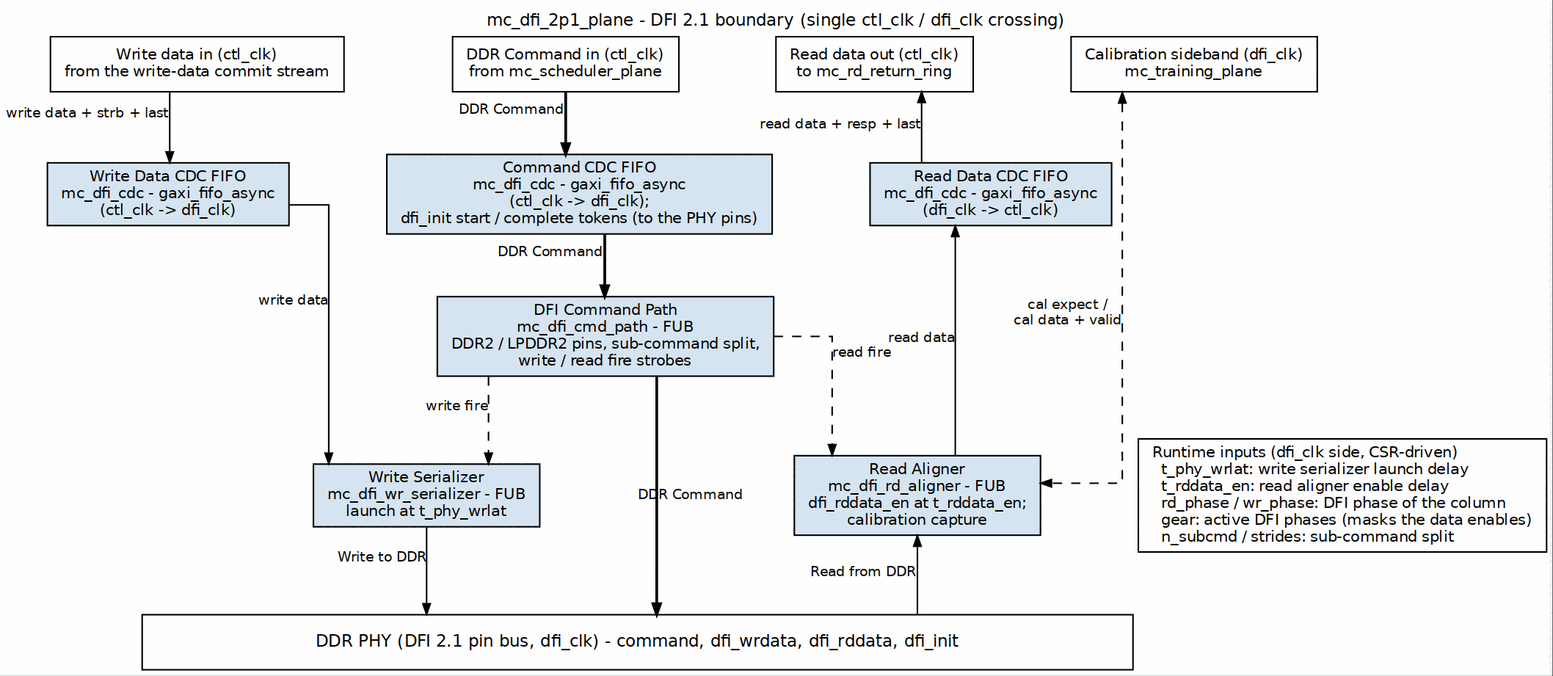
Earlier version of the Graphviz export projects/components/mem-ctrl-ip/common-ip/docs/common_mas/assets/graphviz/06_mc_dfi_2p1_plane.png (sean-galloway/RTLDesignSherpa). Its source is kept beside it as projects/components/mem-ctrl-ip/common-ip/docs/common_mas/assets/graphviz/06_mc_dfi_2p1_plane.dot. The source it was exported from:
```dot
digraph mc_dfi_2p1_plane {
    graph [rankdir=TB, bgcolor="white", fontname="Helvetica", fontsize=11,
           nodesep="0.45", ranksep="0.55", splines=ortho,
           label="mc_dfi_2p1_plane - DFI 2.1 boundary (single ctl_clk / dfi_clk crossing)", labelloc=t, labeljust=c];
    node  [fontname="Helvetica", fontsize=10, shape=box, style=filled,
           fillcolor="#D6E4F0", color="black", margin="0.12,0.06"];
    edge  [fontname="Helvetica", fontsize=9, color="black", arrowsize=0.7];

    p_wd  [label="Write data in (ctl_clk)\nfrom the write-data commit stream", fillcolor="white"];
    p_cmd [label="DDR Command in (ctl_clk)\nfrom mc_scheduler_plane", fillcolor="white"];
    p_rd  [label="Read data out (ctl_clk)\nto mc_rd_return_ring", fillcolor="white"];
    legend [label="Runtime inputs (dfi_clk side, CSR-driven)\l  t_phy_wrlat: write serializer launch delay\l  t_rddata_en: read aligner enable delay\l  rd_phase / wr_phase: DFI phase of the column\l  gear: active DFI phases (masks the data enables)\l  n_subcmd / strides: sub-command split\l", fillcolor="white"];

    cdc_wd  [label="Write Data CDC FIFO\nmc_dfi_cdc - gaxi_fifo_async\n(ctl_clk -> dfi_clk)"];
    cdc_cmd [label="Command CDC FIFO\nmc_dfi_cdc - gaxi_fifo_async\n(ctl_clk -> dfi_clk);\ndfi_init start / complete tokens (to the PHY pins)"];
    cdc_rd  [label="Read Data CDC FIFO\nmc_dfi_cdc - gaxi_fifo_async\n(dfi_clk -> ctl_clk)"];

    cmd_path [label="DFI Command Path\nmc_dfi_cmd_path - FUB\nDDR2 / LPDDR2 pins, sub-command split,\nwrite / read fire strobes"];
    wr_ser   [label="Write Serializer\nmc_dfi_wr_serializer - FUB\nlaunch at t_phy_wrlat"];
    rd_al    [label="Read Aligner\nmc_dfi_rd_aligner - FUB\ndfi_rddata_en at t_rddata_en;\ncalibration capture"];
    p_cal [label="Calibration sideband (dfi_clk)\nmc_training_plane", fillcolor="white"];

    bar [label="DDR PHY (DFI 2.1 pin bus, dfi_clk) - command, dfi_wrdata, dfi_rddata, dfi_init", fillcolor="white", width=9, height=0.5, fontsize=11];

    p_wd   -> cdc_wd [xlabel="write data + strb + last"];
    cdc_wd -> wr_ser [xlabel="write data"];
    wr_ser -> bar    [xlabel="Write to DDR"];

    p_cmd    -> cdc_cmd  [penwidth=1.8, xlabel="DDR Command"];
    cdc_cmd  -> cmd_path [penwidth=1.8, xlabel="DDR Command"];
    cmd_path -> bar      [penwidth=1.8, label="DDR Command"];
    cmd_path -> wr_ser   [style=dashed, xlabel="write fire"];
    cmd_path -> rd_al    [style=dashed, xlabel="read fire"];

    p_rd   -> cdc_rd [dir=back, xlabel="read data + resp + last"];
    cdc_rd -> rd_al  [dir=back, xlabel="read data"];
    rd_al  -> bar    [dir=back, xlabel="Read from DDR"];
    p_cal  -> rd_al  [dir=both, style=dashed, xlabel="cal expect /\ncal data + valid"];

    { rank=same; p_wd; p_cmd; p_rd; p_cal; }
    { rank=same; cdc_wd; cdc_cmd; cdc_rd;  }
    { rank=same; wr_ser; rd_al; legend; }
    p_wd -> p_cmd -> p_rd -> p_cal [style=invis];
    cdc_wd -> cdc_cmd -> cdc_rd [style=invis];
    wr_ser -> rd_al -> legend [style=invis];
}
```
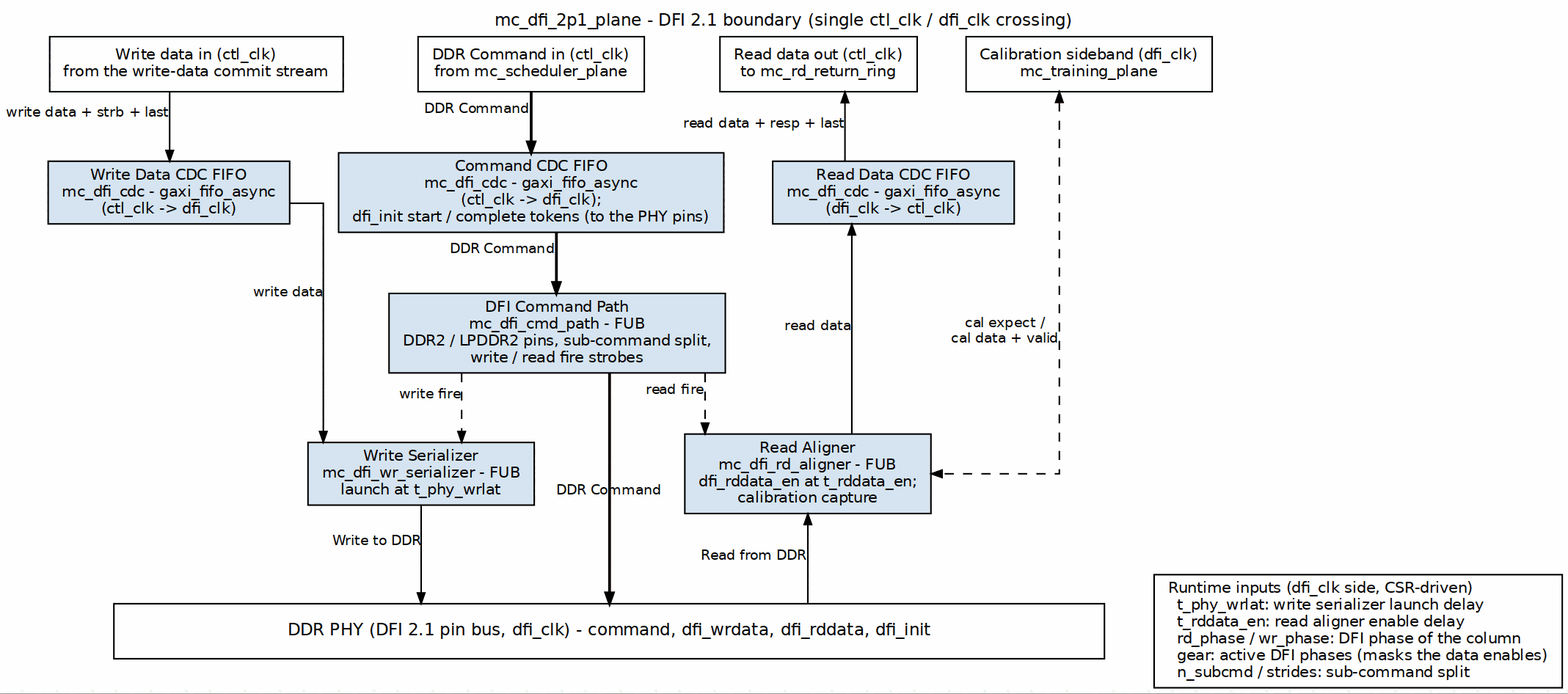
Later version of the same file.

Change to the diagram source:
```diff
@@ -9,7 +9,7 @@
     p_wd  [label="Write data in (ctl_clk)\nfrom the write-data commit stream", fillcolor="white"];
     p_cmd [label="DDR Command in (ctl_clk)\nfrom mc_scheduler_plane", fillcolor="white"];
     p_rd  [label="Read data out (ctl_clk)\nto mc_rd_return_ring", fillcolor="white"];
-    legend [label="Runtime inputs (dfi_clk side, CSR-driven)\l  t_phy_wrlat: write serializer launch delay\l  t_rddata_en: read aligner enable delay\l  rd_phase / wr_phase: DFI phase of the column\l  gear: active DFI phases (masks the data enables)\l  n_subcmd / strides: sub-command split\l", fillcolor="white"];
+    p_cal [label="Calibration sideband (dfi_clk)\nmc_training_plane", fillcolor="white"];
 
     cdc_wd  [label="Write Data CDC FIFO\nmc_dfi_cdc - gaxi_fifo_async\n(ctl_clk -> dfi_clk)"];
     cdc_cmd [label="Command CDC FIFO\nmc_dfi_cdc - gaxi_fifo_async\n(ctl_clk -> dfi_clk);\ndfi_init start / complete tokens (to the PHY pins)"];
@@ -18,9 +18,9 @@
     cmd_path [label="DFI Command Path\nmc_dfi_cmd_path - FUB\nDDR2 / LPDDR2 pins, sub-command split,\nwrite / read fire strobes"];
     wr_ser   [label="Write Serializer\nmc_dfi_wr_serializer - FUB\nlaunch at t_phy_wrlat"];
     rd_al    [label="Read Aligner\nmc_dfi_rd_aligner - FUB\ndfi_rddata_en at t_rddata_en;\ncalibration capture"];
-    p_cal [label="Calibration sideband (dfi_clk)\nmc_training_plane", fillcolor="white"];
 
-    bar [label="DDR PHY (DFI 2.1 pin bus, dfi_clk) - command, dfi_wrdata, dfi_rddata, dfi_init", fillcolor="white", width=9, height=0.5, fontsize=11];
+    bar    [label="DDR PHY (DFI 2.1 pin bus, dfi_clk) - command, dfi_wrdata, dfi_rddata, dfi_init", fillcolor="white", width=9, height=0.5, fontsize=11];
+    legend [label="Runtime inputs (dfi_clk side, CSR-driven)\l  t_phy_wrlat: write serializer launch delay\l  t_rddata_en: read aligner enable delay\l  rd_phase / wr_phase: DFI phase of the column\l  gear: active DFI phases (masks the data enables)\l  n_subcmd / strides: sub-command split\l", fillcolor="white"];
 
     p_wd   -> cdc_wd [xlabel="write data + strb + last"];
     cdc_wd -> wr_ser [xlabel="write data"];
@@ -28,19 +28,21 @@
 
     p_cmd    -> cdc_cmd  [penwidth=1.8, xlabel="DDR Command"];
     cdc_cmd  -> cmd_path [penwidth=1.8, xlabel="DDR Command"];
-    cmd_path -> bar      [penwidth=1.8, label="DDR Command"];
+    cmd_path -> bar      [penwidth=1.8, xlabel="DDR Command"];
     cmd_path -> wr_ser   [style=dashed, xlabel="write fire"];
     cmd_path -> rd_al    [style=dashed, xlabel="read fire"];
 
+    rd_al  -> bar    [dir=back, xlabel="Read from DDR"];
+    cdc_rd -> rd_al  [dir=back, xlabel="read data"];
     p_rd   -> cdc_rd [dir=back, xlabel="read data + resp + last"];
-    cdc_rd -> rd_al  [dir=back, xlabel="read data"];
-    rd_al  -> bar    [dir=back, xlabel="Read from DDR"];
-    p_cal  -> rd_al  [dir=both, style=dashed, xlabel="cal expect /\ncal data + valid"];
+    p_cal -> rd_al [dir=both, style=dashed, xlabel="cal expect /\ncal data + valid"];
 
     { rank=same; p_wd; p_cmd; p_rd; p_cal; }
     { rank=same; cdc_wd; cdc_cmd; cdc_rd;  }
-    { rank=same; wr_ser; rd_al; legend; }
+    { rank=same; wr_ser; rd_al; }
+    { rank=same; bar; legend; }
     p_wd -> p_cmd -> p_rd -> p_cal [style=invis];
     cdc_wd -> cdc_cmd -> cdc_rd [style=invis];
-    wr_ser -> rd_al -> legend [style=invis];
+    wr_ser -> rd_al [style=invis];
+    bar -> legend [style=invis];
 }
```
